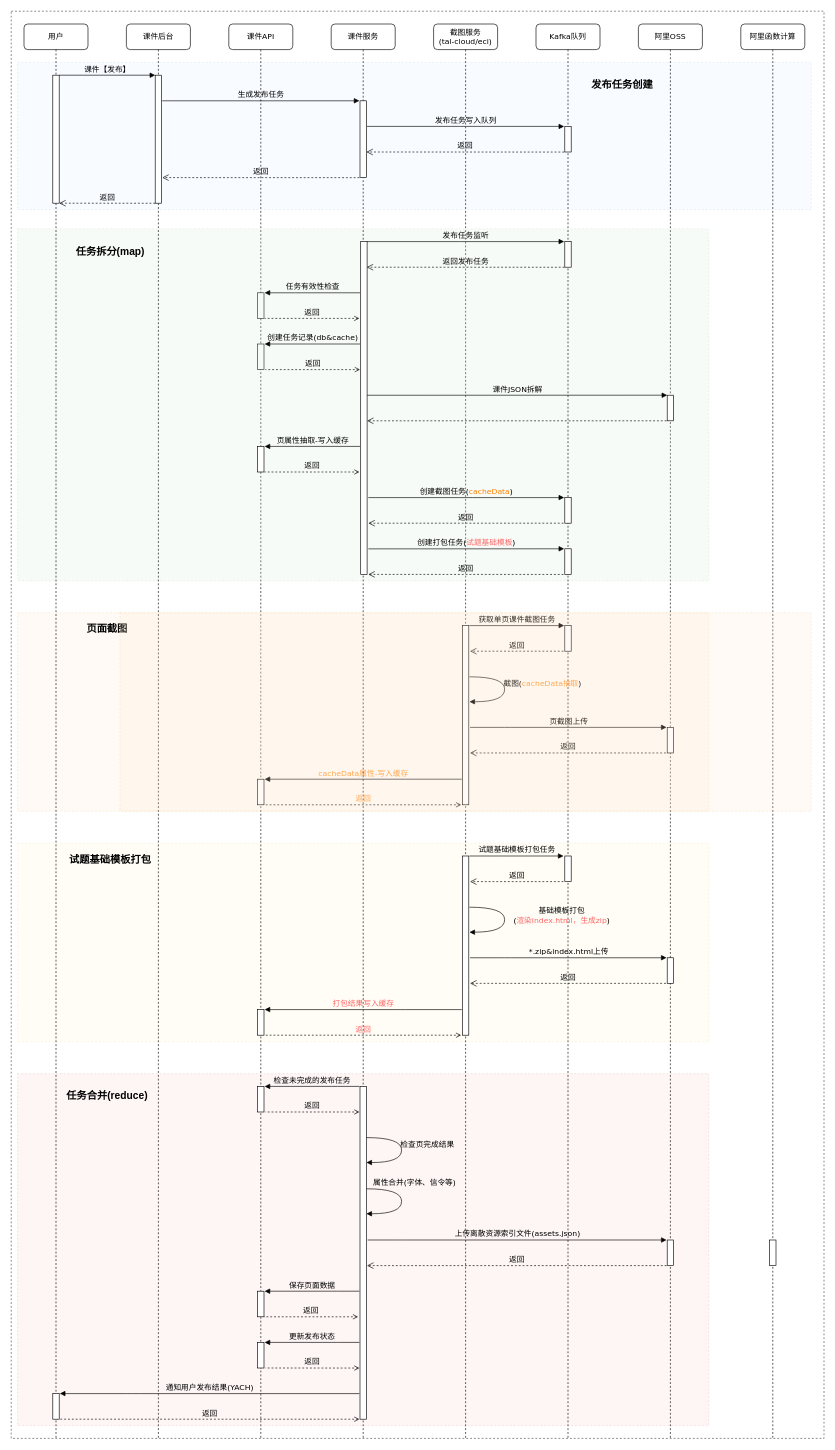
The draw.io diagram 课件3.0截图流程-24年中.drawio in huanjiesm/courseware-draw, before the edit. Source tidied: cells renumbered, new cells numbered last; positions are measured from the earlier drawing's top-left corner, leaving out a move shared by most shapes. Both pictures are drawn from the tidied source at 64%, with x=0, y=0 at pixel (11, 11).
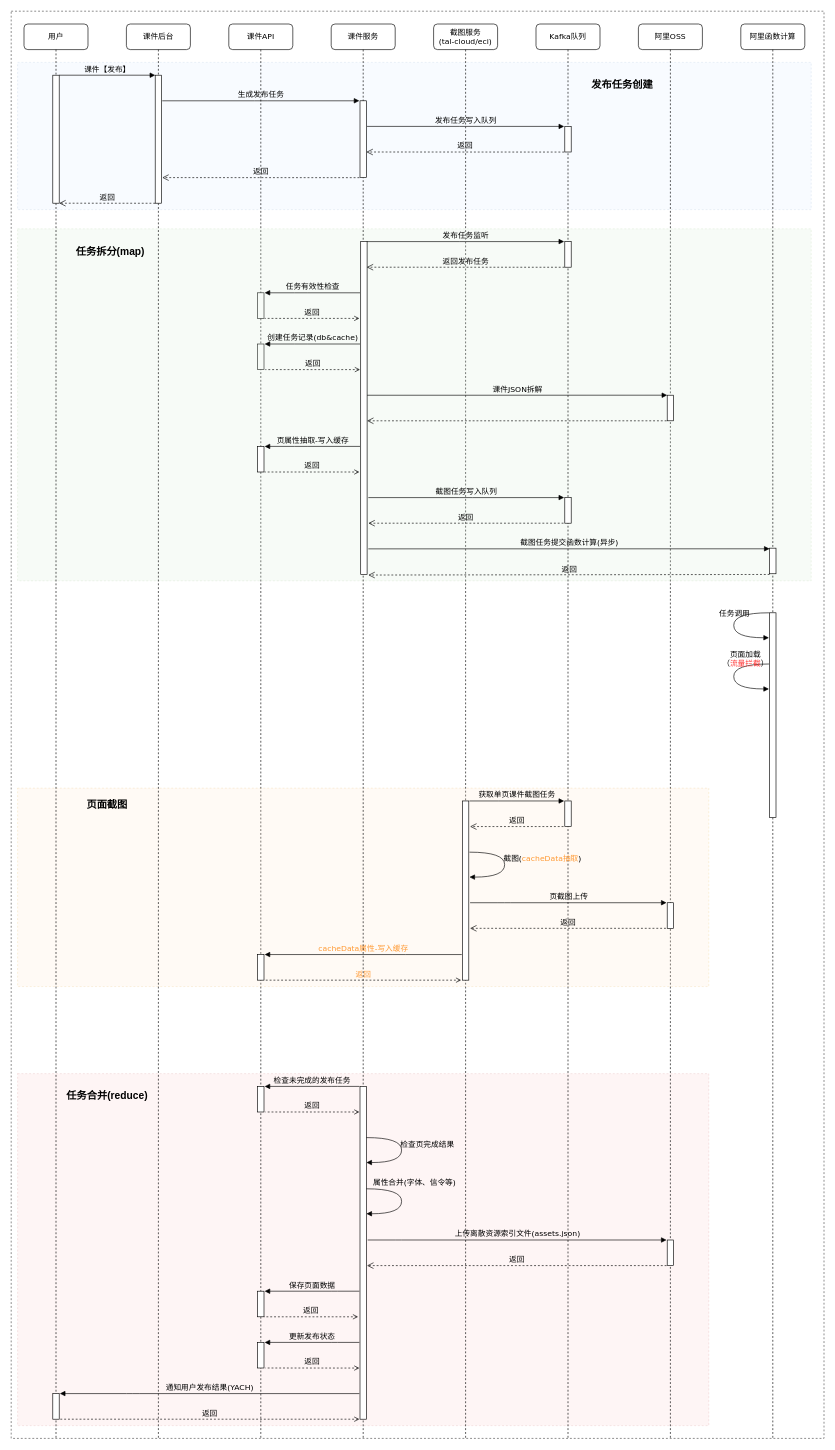
Above is the later version.

Commit message (it also covers changes not shown here):
更新课件3.0截图流程-24年中.drawio

The change refers to these unchanged cells:
```xml
<mxCell id="14" value="阿里OSS" style="shape=umlLifeline;perimeter=lifelinePerimeter;whiteSpace=wrap;html=1;rounded=1;shadow=0;comic=0;labelBackgroundColor=none;strokeWidth=1;fontFamily=Verdana;fontSize=12;align=center;" parent="1" vertex="1">
  <mxGeometry x="980" y="20" width="100" height="2210" as="geometry" />
</mxCell>
<mxCell id="18" value="Kafka队列" style="shape=umlLifeline;perimeter=lifelinePerimeter;whiteSpace=wrap;html=1;rounded=1;shadow=0;comic=0;labelBackgroundColor=none;strokeWidth=1;fontFamily=Verdana;fontSize=12;align=center;" parent="1" vertex="1">
  <mxGeometry x="820" y="20" width="100" height="2210" as="geometry" />
</mxCell>
<mxCell id="56" value="课件后台" style="shape=umlLifeline;perimeter=lifelinePerimeter;whiteSpace=wrap;html=1;rounded=1;shadow=0;comic=0;labelBackgroundColor=none;strokeWidth=1;fontFamily=Verdana;fontSize=12;align=center;" parent="1" vertex="1">
  <mxGeometry x="180" y="20" width="100" height="2210" as="geometry" />
</mxCell>
<mxCell id="62" value="课件服务" style="shape=umlLifeline;perimeter=lifelinePerimeter;whiteSpace=wrap;html=1;rounded=1;shadow=0;comic=0;labelBackgroundColor=none;strokeWidth=1;fontFamily=Verdana;fontSize=12;align=center;" parent="1" vertex="1">
  <mxGeometry x="500" y="20" width="100" height="2210" as="geometry" />
</mxCell>
<mxCell id="92" value="阿里函数计算" style="shape=umlLifeline;perimeter=lifelinePerimeter;whiteSpace=wrap;html=1;rounded=1;shadow=0;comic=0;labelBackgroundColor=none;strokeWidth=1;fontFamily=Verdana;fontSize=12;align=center;" parent="1" vertex="1">
  <mxGeometry x="1140" y="20" width="100" height="2210" as="geometry" />
</mxCell>
```

Change to the diagram source:
```diff
@@
-    <mxCell id="4" style="rounded=0;whiteSpace=wrap;html=1;fillColor=#fff2cc;strokeColor=#d6b656;opacity=20;dashed=1;" parent="1" vertex="1">
-      <mxGeometry x="10" y="1300" width="1080" height="310" as="geometry" />
-    </mxCell>
@@
     <mxCell id="15" style="rounded=0;whiteSpace=wrap;html=1;fillColor=#ffe6cc;strokeColor=#d79b00;opacity=20;dashed=1;" parent="14" vertex="1">
-      <mxGeometry x="-970" y="920" width="1080" height="310" as="geometry" />
+      <mxGeometry x="-970" y="1194" width="1080" height="310" as="geometry" />
     </mxCell>
     <mxCell id="16" style="rounded=0;whiteSpace=wrap;html=1;fillColor=#d5e8d4;strokeColor=#82b366;opacity=20;dashed=1;" parent="14" vertex="1">
-      <mxGeometry x="-970" y="320" width="1080" height="550" as="geometry" />
+      <mxGeometry x="-970" y="320" width="1240" height="550" as="geometry" />
     </mxCell>
@@
-    <mxCell id="24" style="html=1;perimeter=orthogonalPerimeter;rounded=0;shadow=0;comic=0;labelBackgroundColor=none;strokeWidth=1;fontFamily=Verdana;fontSize=12;align=center;" parent="18" vertex="1">
-      <mxGeometry x="45" y="820" width="10" height="40" as="geometry" />
-    </mxCell>
@@
-    <mxCell id="26" value="创建截图任务(&lt;font color=&quot;#ff8000&quot;&gt;cacheData&lt;/font&gt;)" style="html=1;verticalAlign=bottom;endArrow=block;labelBackgroundColor=none;fontFamily=Verdana;fontSize=12;edgeStyle=elbowEdgeStyle;elbow=vertical;" parent="18" edge="1">
+    <mxCell id="26" value="截图任务写入队列" style="html=1;verticalAlign=bottom;endArrow=block;labelBackgroundColor=none;fontFamily=Verdana;fontSize=12;edgeStyle=elbowEdgeStyle;elbow=vertical;" parent="18" edge="1">
       <mxGeometry relative="1" as="geometry">
         <mxPoint x="-262" y="740" as="sourcePoint" />
         <mxPoint x="44" y="740" as="targetPoint" />
       </mxGeometry>
     </mxCell>
@@
-    <mxCell id="32" value="创建打包任务(&lt;font color=&quot;#ff6666&quot;&gt;试题基础模板&lt;/font&gt;)" style="html=1;verticalAlign=bottom;endArrow=block;labelBackgroundColor=none;fontFamily=Verdana;fontSize=12;edgeStyle=elbowEdgeStyle;elbow=vertical;" parent="18" edge="1">
+    <mxCell id="32" value="截图任务提交函数计算(异步)" style="html=1;verticalAlign=bottom;endArrow=block;labelBackgroundColor=none;fontFamily=Verdana;fontSize=12;edgeStyle=elbowEdgeStyle;elbow=vertical;" parent="18" edge="1">
       <mxGeometry relative="1" as="geometry">
         <mxPoint x="-262" y="820.1" as="sourcePoint" />
-        <mxPoint x="44" y="820.1" as="targetPoint" />
+        <mxPoint x="365" y="820" as="targetPoint" />
       </mxGeometry>
     </mxCell>
     <mxCell id="33" value="返回" style="html=1;verticalAlign=bottom;endArrow=open;dashed=1;endSize=8;labelBackgroundColor=none;fontFamily=Verdana;fontSize=12;edgeStyle=elbowEdgeStyle;elbow=vertical;" parent="18" edge="1">
       <mxGeometry relative="1" as="geometry">
-        <mxPoint x="43" y="860.1" as="sourcePoint" />
-        <mxPoint x="-262" y="860.1" as="targetPoint" />
+        <mxPoint x="365" y="860.1" as="sourcePoint" />
+        <mxPoint x="-262" y="861" as="targetPoint" />
       </mxGeometry>
     </mxCell>
     <mxCell id="34" style="html=1;perimeter=orthogonalPerimeter;rounded=0;shadow=0;comic=0;labelBackgroundColor=none;strokeWidth=1;fontFamily=Verdana;fontSize=12;align=center;" parent="18" vertex="1">
-      <mxGeometry x="45" y="940" width="10" height="40" as="geometry" />
+      <mxGeometry x="45" y="1214" width="10" height="40" as="geometry" />
     </mxCell>
     <mxCell id="35" style="html=1;perimeter=orthogonalPerimeter;rounded=0;shadow=0;comic=0;labelBackgroundColor=none;strokeWidth=1;fontFamily=Verdana;fontSize=12;align=center;" parent="18" vertex="1">
-      <mxGeometry x="205" y="1099" width="10" height="40" as="geometry" />
+      <mxGeometry x="205" y="1373" width="10" height="40" as="geometry" />
     </mxCell>
     <mxCell id="36" style="html=1;perimeter=orthogonalPerimeter;rounded=0;shadow=0;comic=0;labelBackgroundColor=none;strokeWidth=1;fontFamily=Verdana;fontSize=12;align=center;" parent="18" vertex="1">
-      <mxGeometry x="-435" y="1180" width="10" height="40" as="geometry" />
+      <mxGeometry x="-435" y="1454" width="10" height="40" as="geometry" />
     </mxCell>
     <mxCell id="37" style="html=1;perimeter=orthogonalPerimeter;rounded=0;shadow=0;comic=0;labelBackgroundColor=none;strokeWidth=1;fontFamily=Verdana;fontSize=12;align=center;" parent="18" vertex="1">
-      <mxGeometry x="-115" y="940" width="10" height="280" as="geometry" />
+      <mxGeometry x="-115" y="1214" width="10" height="280" as="geometry" />
     </mxCell>
     <mxCell id="38" value="获取单页课件截图任务" style="html=1;verticalAlign=bottom;endArrow=block;labelBackgroundColor=none;fontFamily=Verdana;fontSize=12;edgeStyle=elbowEdgeStyle;elbow=vertical;" parent="18" edge="1">
       <mxGeometry relative="1" as="geometry">
-        <mxPoint x="-104" y="940" as="sourcePoint" />
-        <mxPoint x="44" y="940" as="targetPoint" />
+        <mxPoint x="-104" y="1214" as="sourcePoint" />
+        <mxPoint x="44" y="1214" as="targetPoint" />
         <Array as="points">
-          <mxPoint x="-49" y="940" />
-          <mxPoint x="-39" y="1000" />
-          <mxPoint x="1" y="1010" />
-          <mxPoint x="-19" y="970" />
-          <mxPoint x="-99" y="860" />
+          <mxPoint x="-49" y="1214" />
+          <mxPoint x="-39" y="1274" />
+          <mxPoint x="1" y="1284" />
+          <mxPoint x="-19" y="1244" />
+          <mxPoint x="-99" y="1134" />
         </Array>
       </mxGeometry>
     </mxCell>
     <mxCell id="39" value="返回" style="html=1;verticalAlign=bottom;endArrow=open;dashed=1;endSize=8;labelBackgroundColor=none;fontFamily=Verdana;fontSize=12;edgeStyle=elbowEdgeStyle;elbow=vertical;" parent="18" edge="1">
       <mxGeometry relative="1" as="geometry">
-        <mxPoint x="43" y="980" as="sourcePoint" />
-        <mxPoint x="-103" y="980" as="targetPoint" />
+        <mxPoint x="43" y="1254" as="sourcePoint" />
+        <mxPoint x="-103" y="1254" as="targetPoint" />
       </mxGeometry>
     </mxCell>
     <mxCell id="40" value="截图(&lt;font color=&quot;#ff9933&quot;&gt;cacheData抽取&lt;/font&gt;)" style="html=1;verticalAlign=bottom;endArrow=block;labelBackgroundColor=none;fontFamily=Verdana;fontSize=12;elbow=vertical;edgeStyle=orthogonalEdgeStyle;curved=1;exitX=1.038;exitY=0.345;exitPerimeter=0;entryX=1.027;entryY=0.831;entryDx=0;entryDy=0;entryPerimeter=0;" parent="18" edge="1">
       <mxGeometry x="0.01" y="59" relative="1" as="geometry">
-        <mxPoint x="-104" y="1020" as="sourcePoint" />
-        <mxPoint x="-104" y="1059" as="targetPoint" />
+        <mxPoint x="-104" y="1294" as="sourcePoint" />
+        <mxPoint x="-104" y="1333" as="targetPoint" />
         <Array as="points">
-          <mxPoint x="-49" y="1020" />
-          <mxPoint x="-49" y="1059" />
+          <mxPoint x="-49" y="1294" />
+          <mxPoint x="-49" y="1333" />
         </Array>
       </mxGeometry>
     </mxCell>
     <mxCell id="41" value="页截图上传" style="html=1;verticalAlign=bottom;endArrow=block;labelBackgroundColor=none;fontFamily=Verdana;fontSize=12;edgeStyle=elbowEdgeStyle;elbow=vertical;" parent="18" edge="1">
       <mxGeometry relative="1" as="geometry">
-        <mxPoint x="-103" y="1099" as="sourcePoint" />
-        <mxPoint x="204" y="1099" as="targetPoint" />
+        <mxPoint x="-103" y="1373" as="sourcePoint" />
+        <mxPoint x="204" y="1373" as="targetPoint" />
         <Array as="points">
-          <mxPoint x="-49.5" y="1099" />
-          <mxPoint x="-39.5" y="1159" />
-          <mxPoint x="0.5" y="1169" />
-          <mxPoint x="-19.5" y="1129" />
-          <mxPoint x="-99.5" y="1019" />
+          <mxPoint x="-49.5" y="1373" />
+          <mxPoint x="-39.5" y="1433" />
+          <mxPoint x="0.5" y="1443" />
+          <mxPoint x="-19.5" y="1403" />
+          <mxPoint x="-99.5" y="1293" />
         </Array>
       </mxGeometry>
     </mxCell>
     <mxCell id="42" value="返回" style="html=1;verticalAlign=bottom;endArrow=open;dashed=1;endSize=8;labelBackgroundColor=none;fontFamily=Verdana;fontSize=12;edgeStyle=elbowEdgeStyle;elbow=vertical;" parent="18" edge="1">
       <mxGeometry relative="1" as="geometry">
-        <mxPoint x="203" y="1139" as="sourcePoint" />
-        <mxPoint x="-103" y="1139" as="targetPoint" />
+        <mxPoint x="203" y="1413" as="sourcePoint" />
+        <mxPoint x="-103" y="1413" as="targetPoint" />
       </mxGeometry>
     </mxCell>
     <mxCell id="43" value="&lt;font color=&quot;#ff9933&quot;&gt;cacheData属性-写入缓存&lt;/font&gt;" style="html=1;verticalAlign=bottom;endArrow=none;labelBackgroundColor=none;fontFamily=Verdana;fontSize=12;edgeStyle=elbowEdgeStyle;elbow=vertical;entryX=-0.209;entryY=0;entryDx=0;entryDy=0;entryPerimeter=0;startArrow=block;startFill=1;endFill=0;" parent="18" edge="1">
       <mxGeometry relative="1" as="geometry">
-        <mxPoint x="-424" y="1180" as="sourcePoint" />
-        <mxPoint x="-116" y="1180" as="targetPoint" />
+        <mxPoint x="-424" y="1454" as="sourcePoint" />
+        <mxPoint x="-116" y="1454" as="targetPoint" />
         <Array as="points">
-          <mxPoint x="-213.5" y="1180" />
-          <mxPoint x="-203.5" y="1240" />
-          <mxPoint x="-163.5" y="1250" />
-          <mxPoint x="-183.5" y="1210" />
-          <mxPoint x="-263.5" y="1100" />
+          <mxPoint x="-213.5" y="1454" />
+          <mxPoint x="-203.5" y="1514" />
+          <mxPoint x="-163.5" y="1524" />
+          <mxPoint x="-183.5" y="1484" />
+          <mxPoint x="-263.5" y="1374" />
         </Array>
       </mxGeometry>
     </mxCell>
     <mxCell id="44" value="&lt;font color=&quot;#ff9933&quot;&gt;返回&lt;/font&gt;" style="html=1;verticalAlign=bottom;endArrow=none;dashed=1;endSize=8;labelBackgroundColor=none;fontFamily=Verdana;fontSize=12;edgeStyle=elbowEdgeStyle;elbow=vertical;startArrow=open;startFill=0;endFill=0;" parent="18" edge="1">
       <mxGeometry relative="1" as="geometry">
-        <mxPoint x="-117" y="1220" as="sourcePoint" />
-        <mxPoint x="-423" y="1220" as="targetPoint" />
+        <mxPoint x="-117" y="1494" as="sourcePoint" />
+        <mxPoint x="-423" y="1494" as="targetPoint" />
       </mxGeometry>
     </mxCell>
-    <mxCell id="45" style="html=1;perimeter=orthogonalPerimeter;rounded=0;shadow=0;comic=0;labelBackgroundColor=none;strokeWidth=1;fontFamily=Verdana;fontSize=12;align=center;" parent="18" vertex="1">
-      <mxGeometry x="45" y="1300" width="10" height="40" as="geometry" />
-    </mxCell>
-    <mxCell id="46" style="html=1;perimeter=orthogonalPerimeter;rounded=0;shadow=0;comic=0;labelBackgroundColor=none;strokeWidth=1;fontFamily=Verdana;fontSize=12;align=center;" parent="18" vertex="1">
-      <mxGeometry x="205" y="1459" width="10" height="40" as="geometry" />
-    </mxCell>
-    <mxCell id="47" value="试题基础模板打包任务" style="html=1;verticalAlign=bottom;endArrow=block;labelBackgroundColor=none;fontFamily=Verdana;fontSize=12;edgeStyle=elbowEdgeStyle;elbow=vertical;" parent="18" edge="1">
-      <mxGeometry relative="1" as="geometry">
-        <mxPoint x="-104" y="1300" as="sourcePoint" />
-        <mxPoint x="43" y="1300" as="targetPoint" />
-        <Array as="points">
-          <mxPoint x="-49" y="1300" />
-          <mxPoint x="-39" y="1360" />
-          <mxPoint x="1" y="1370" />
-          <mxPoint x="-19" y="1330" />
-          <mxPoint x="-99" y="1220" />
-        </Array>
-      </mxGeometry>
-    </mxCell>
-    <mxCell id="48" value="返回" style="html=1;verticalAlign=bottom;endArrow=open;dashed=1;endSize=8;labelBackgroundColor=none;fontFamily=Verdana;fontSize=12;edgeStyle=elbowEdgeStyle;elbow=vertical;" parent="18" edge="1">
-      <mxGeometry relative="1" as="geometry">
-        <mxPoint x="43" y="1340" as="sourcePoint" />
-        <mxPoint x="-103" y="1340" as="targetPoint" />
-      </mxGeometry>
-    </mxCell>
-    <mxCell id="49" value="基础模板打包&lt;br&gt;(&lt;font color=&quot;#ff6666&quot;&gt;渲染index.html，生成zip&lt;/font&gt;)" style="html=1;verticalAlign=bottom;endArrow=block;labelBackgroundColor=none;fontFamily=Verdana;fontSize=12;elbow=vertical;edgeStyle=orthogonalEdgeStyle;curved=1;exitX=1.038;exitY=0.345;exitPerimeter=0;entryX=1.027;entryY=0.831;entryDx=0;entryDy=0;entryPerimeter=0;" parent="18" edge="1">
-      <mxGeometry x="0.14" y="89" relative="1" as="geometry">
-        <mxPoint x="-104" y="1380" as="sourcePoint" />
-        <mxPoint x="-104" y="1419" as="targetPoint" />
-        <Array as="points">
-          <mxPoint x="-49" y="1380" />
-          <mxPoint x="-49" y="1419" />
-        </Array>
-      </mxGeometry>
-    </mxCell>
-    <mxCell id="50" value="*.zip&amp;amp;index.html上传" style="html=1;verticalAlign=bottom;endArrow=block;labelBackgroundColor=none;fontFamily=Verdana;fontSize=12;edgeStyle=elbowEdgeStyle;elbow=vertical;" parent="18" edge="1">
-      <mxGeometry relative="1" as="geometry">
-        <mxPoint x="-103" y="1459" as="sourcePoint" />
-        <mxPoint x="204" y="1459" as="targetPoint" />
-        <Array as="points">
-          <mxPoint x="-49.5" y="1459" />
-          <mxPoint x="-39.5" y="1519" />
-          <mxPoint x="0.5" y="1529" />
-          <mxPoint x="-19.5" y="1489" />
-          <mxPoint x="-99.5" y="1379" />
-        </Array>
-      </mxGeometry>
-    </mxCell>
-    <mxCell id="51" value="返回" style="html=1;verticalAlign=bottom;endArrow=open;dashed=1;endSize=8;labelBackgroundColor=none;fontFamily=Verdana;fontSize=12;edgeStyle=elbowEdgeStyle;elbow=vertical;" parent="18" edge="1">
-      <mxGeometry relative="1" as="geometry">
-        <mxPoint x="203" y="1499" as="sourcePoint" />
-        <mxPoint x="-103" y="1499" as="targetPoint" />
-      </mxGeometry>
-    </mxCell>
-    <mxCell id="52" value="&lt;font color=&quot;#ff6666&quot;&gt;打包结果写入缓存&lt;/font&gt;" style="html=1;verticalAlign=bottom;endArrow=none;labelBackgroundColor=none;fontFamily=Verdana;fontSize=12;edgeStyle=elbowEdgeStyle;elbow=vertical;entryX=-0.209;entryY=0;entryDx=0;entryDy=0;entryPerimeter=0;startArrow=block;startFill=1;endFill=0;" parent="18" edge="1">
-      <mxGeometry relative="1" as="geometry">
-        <mxPoint x="-424" y="1540" as="sourcePoint" />
-        <mxPoint x="-116" y="1540" as="targetPoint" />
-        <Array as="points">
-          <mxPoint x="-213.5" y="1540" />
-          <mxPoint x="-203.5" y="1600" />
-          <mxPoint x="-163.5" y="1610" />
-          <mxPoint x="-183.5" y="1570" />
-          <mxPoint x="-263.5" y="1460" />
-        </Array>
-      </mxGeometry>
-    </mxCell>
-    <mxCell id="53" value="&lt;font color=&quot;#ff6666&quot;&gt;返回&lt;/font&gt;" style="html=1;verticalAlign=bottom;endArrow=none;dashed=1;endSize=8;labelBackgroundColor=none;fontFamily=Verdana;fontSize=12;edgeStyle=elbowEdgeStyle;elbow=vertical;startArrow=open;startFill=0;endFill=0;" parent="18" edge="1">
-      <mxGeometry relative="1" as="geometry">
-        <mxPoint x="-117" y="1580" as="sourcePoint" />
-        <mxPoint x="-423" y="1580" as="targetPoint" />
-      </mxGeometry>
-    </mxCell>
-    <mxCell id="54" style="html=1;perimeter=orthogonalPerimeter;rounded=0;shadow=0;comic=0;labelBackgroundColor=none;strokeWidth=1;fontFamily=Verdana;fontSize=12;align=center;" parent="18" vertex="1">
-      <mxGeometry x="-435" y="1540" width="10" height="40" as="geometry" />
-    </mxCell>
-    <mxCell id="55" style="html=1;perimeter=orthogonalPerimeter;rounded=0;shadow=0;comic=0;labelBackgroundColor=none;strokeWidth=1;fontFamily=Verdana;fontSize=12;align=center;" parent="18" vertex="1">
-      <mxGeometry x="-115" y="1300" width="10" height="280" as="geometry" />
-    </mxCell>
@@
     <mxCell id="60" value="页面截图" style="text;html=1;strokeColor=none;fillColor=none;align=center;verticalAlign=middle;whiteSpace=wrap;rounded=0;fontSize=16;fontStyle=1;" parent="56" vertex="1">
-      <mxGeometry x="-105" y="930" width="150" height="30" as="geometry" />
+      <mxGeometry x="-105" y="1204" width="150" height="30" as="geometry" />
     </mxCell>
@@
     <mxCell id="72" value="属性合并(字体、信令等)" style="html=1;verticalAlign=bottom;endArrow=block;labelBackgroundColor=none;fontFamily=Verdana;fontSize=12;elbow=vertical;edgeStyle=orthogonalEdgeStyle;curved=1;exitX=1.038;exitY=0.345;exitPerimeter=0;entryX=1.027;entryY=0.831;entryDx=0;entryDy=0;entryPerimeter=0;" parent="62" edge="1">
       <mxGeometry x="-0.26" y="20" relative="1" as="geometry">
         <mxPoint x="55" y="1820" as="sourcePoint" />
         <mxPoint x="55" y="1859" as="targetPoint" />
         <Array as="points">
           <mxPoint x="110" y="1820" />
           <mxPoint x="110" y="1859" />
         </Array>
+        <mxPoint y="-1" as="offset" />
       </mxGeometry>
     </mxCell>
@@
-    <mxCell id="91" value="试题基础模板打包" style="text;html=1;strokeColor=none;fillColor=none;align=center;verticalAlign=middle;whiteSpace=wrap;rounded=0;fontSize=16;fontStyle=1;" parent="1" vertex="1">
-      <mxGeometry x="80" y="1310" width="150" height="30" as="geometry" />
-    </mxCell>
@@
-    <mxCell id="93" style="rounded=0;whiteSpace=wrap;html=1;fillColor=#ffe6cc;strokeColor=#d79b00;opacity=20;dashed=1;" parent="92" vertex="1">
-      <mxGeometry x="-970" y="920" width="1080" height="310" as="geometry" />
-    </mxCell>
-    <mxCell id="94" style="html=1;perimeter=orthogonalPerimeter;rounded=0;shadow=0;comic=0;labelBackgroundColor=none;strokeWidth=1;fontFamily=Verdana;fontSize=12;align=center;" parent="92" vertex="1">
-      <mxGeometry x="45" y="1900" width="10" height="40" as="geometry" />
-    </mxCell>
+    <mxCell id="24" style="html=1;perimeter=orthogonalPerimeter;rounded=0;shadow=0;comic=0;labelBackgroundColor=none;strokeWidth=1;fontFamily=Verdana;fontSize=12;align=center;" parent="92" vertex="1">
+      <mxGeometry x="45" y="819" width="10" height="40" as="geometry" />
+    </mxCell>
+    <mxCell id="95" style="html=1;perimeter=orthogonalPerimeter;rounded=0;shadow=0;comic=0;labelBackgroundColor=none;strokeWidth=1;fontFamily=Verdana;fontSize=12;align=center;" parent="92" vertex="1">
+      <mxGeometry x="45" y="920" width="10" height="320" as="geometry" />
+    </mxCell>
+    <mxCell id="96" value="页面加载&lt;div&gt;（&lt;font color=&quot;#ff3333&quot;&gt;流量拦截&lt;/font&gt;）&lt;/div&gt;" style="html=1;verticalAlign=bottom;endArrow=block;labelBackgroundColor=none;fontFamily=Verdana;fontSize=12;elbow=vertical;edgeStyle=orthogonalEdgeStyle;curved=1;exitX=1.038;exitY=0.345;exitPerimeter=0;entryX=1.027;entryY=0.831;entryDx=0;entryDy=0;entryPerimeter=0;" parent="92" edge="1">
+      <mxGeometry x="-0.13" y="18" relative="1" as="geometry">
+        <mxPoint x="44" y="1000" as="sourcePoint" />
+        <mxPoint x="44" y="1039" as="targetPoint" />
+        <Array as="points">
+          <mxPoint x="-11" y="1000" />
+          <mxPoint x="-11" y="1039" />
+        </Array>
+        <mxPoint y="-1" as="offset" />
+      </mxGeometry>
+    </mxCell>
+    <mxCell id="97" value="任务调用" style="html=1;verticalAlign=bottom;endArrow=block;labelBackgroundColor=none;fontFamily=Verdana;fontSize=12;elbow=vertical;edgeStyle=orthogonalEdgeStyle;curved=1;exitX=1.038;exitY=0.345;exitPerimeter=0;entryX=1.027;entryY=0.831;entryDx=0;entryDy=0;entryPerimeter=0;" parent="1" edge="1">
+      <mxGeometry x="-0.13" y="1" relative="1" as="geometry">
+        <mxPoint x="1184" y="940" as="sourcePoint" />
+        <mxPoint x="1184" y="979" as="targetPoint" />
+        <Array as="points">
+          <mxPoint x="1129" y="940" />
+          <mxPoint x="1129" y="979" />
+        </Array>
+      </mxGeometry>
+    </mxCell>
```
